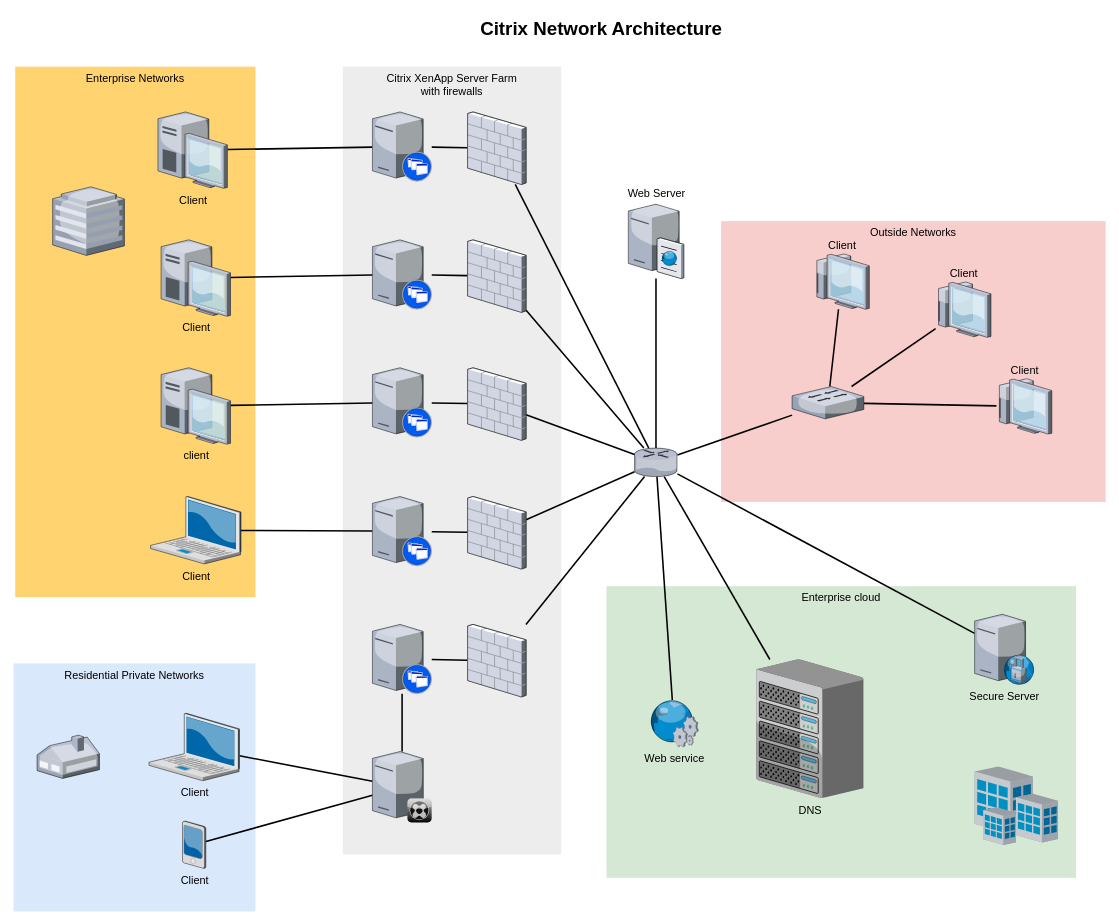
Earlier version of the draw.io diagram Untitled Diagram.drawio (cryptnetworks/Wiki). Source tidied: cells renumbered, new cells numbered last; positions are measured from the earlier drawing's top-left corner, leaving out a move shared by most shapes. Both pictures are drawn from the tidied source at 78%, with x=0, y=0 at pixel (13, 13).
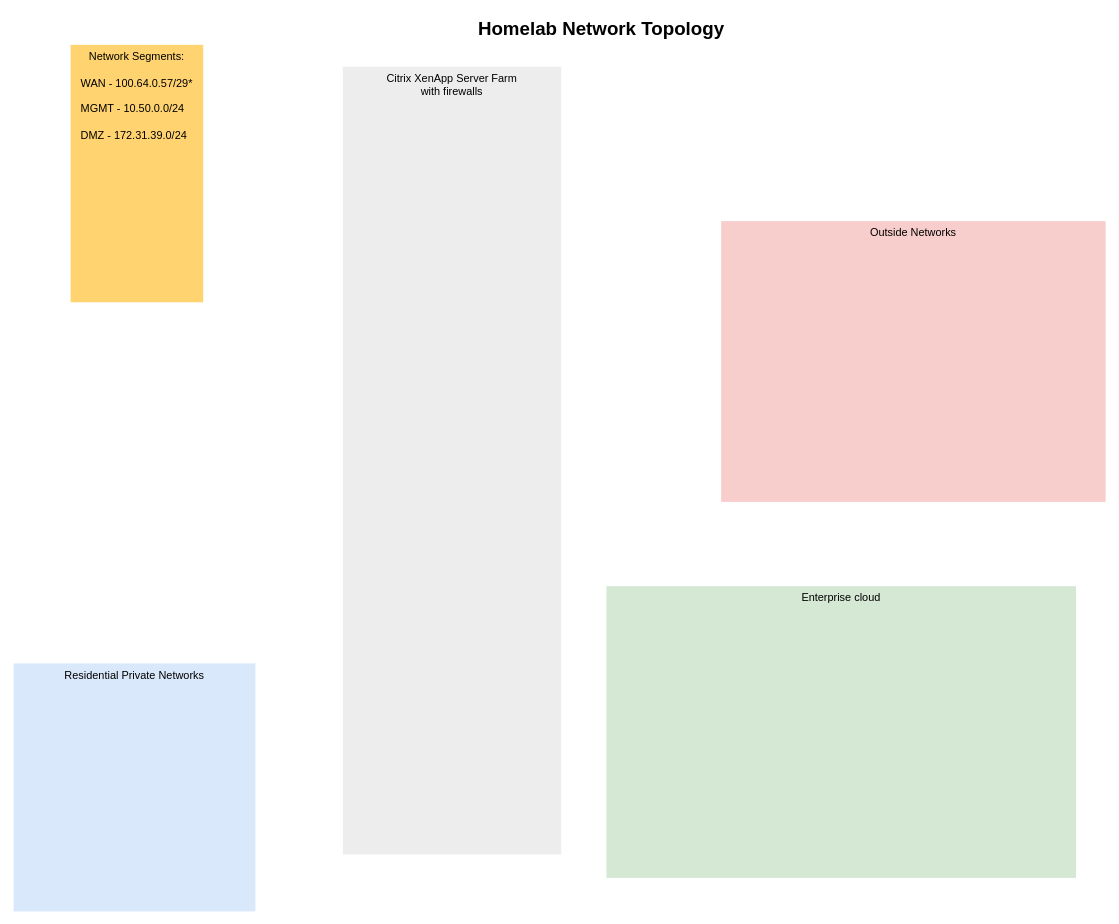
The same page after the edit.

Commit message:
Network Diag segments update

Change to the diagram source:
```diff
@@
-    <mxCell id="6" value="Enterprise Networks" style="whiteSpace=wrap;html=1;fillColor=#FFD470;gradientColor=none;fontSize=14;strokeColor=none;verticalAlign=top;" parent="1" vertex="1">
-      <mxGeometry x="2" y="68" width="308" height="680" as="geometry" />
+    <mxCell id="6" value="Network Segments:&lt;div&gt;&lt;br&gt;&lt;/div&gt;&lt;div style=&quot;text-align: left;&quot;&gt;WAN - 100.64.0.57/29*&lt;/div&gt;&lt;div style=&quot;text-align: left;&quot;&gt;&lt;br&gt;&lt;/div&gt;&lt;div style=&quot;text-align: left;&quot;&gt;MGMT - 10.50.0.0/24&lt;/div&gt;&lt;div style=&quot;text-align: left;&quot;&gt;&lt;br&gt;&lt;/div&gt;&lt;div style=&quot;text-align: left;&quot;&gt;DMZ - 172.31.39.0/24&lt;/div&gt;&lt;div style=&quot;text-align: left;&quot;&gt;&lt;br&gt;&lt;/div&gt;&lt;div style=&quot;text-align: left;&quot;&gt;&lt;br&gt;&lt;/div&gt;" style="whiteSpace=wrap;html=1;fillColor=#FFD470;gradientColor=none;fontSize=14;strokeColor=none;verticalAlign=top;" parent="1" vertex="1">
+      <mxGeometry x="73" y="40" width="170" height="330" as="geometry" />
     </mxCell>
-    <mxCell id="7" style="edgeStyle=none;rounded=0;html=1;startSize=10;endSize=10;jettySize=auto;fontSize=14;endArrow=none;endFill=0;strokeWidth=2;" parent="1" edge="1" source="8" target="35">
-      <mxGeometry relative="1" as="geometry" />
-    </mxCell>
-    <mxCell id="8" value="Client" style="verticalLabelPosition=bottom;html=1;verticalAlign=top;strokeColor=none;shape=mxgraph.citrix.laptop_2;fillColor=#66B2FF;gradientColor=#0066CC;fontSize=14;" parent="1" vertex="1">
-      <mxGeometry x="173.5" y="897" width="116" height="86.5" as="geometry" />
-    </mxCell>
-    <mxCell id="9" style="edgeStyle=none;rounded=0;html=1;startSize=10;endSize=10;jettySize=auto;fontSize=14;endArrow=none;endFill=0;strokeWidth=2;" parent="1" edge="1" source="10" target="22">
-      <mxGeometry relative="1" as="geometry" />
-    </mxCell>
-    <mxCell id="10" value="Client" style="verticalLabelPosition=bottom;html=1;verticalAlign=top;strokeColor=none;shape=mxgraph.citrix.laptop_2;fillColor=#66B2FF;gradientColor=#0066CC;fontSize=14;" parent="1" vertex="1">
-      <mxGeometry x="175.5" y="619" width="116" height="86.5" as="geometry" />
-    </mxCell>
-    <mxCell id="11" style="edgeStyle=none;rounded=0;html=1;startSize=10;endSize=10;jettySize=auto;fontSize=14;endArrow=none;endFill=0;strokeWidth=2;" parent="1" edge="1" source="12" target="24">
-      <mxGeometry relative="1" as="geometry" />
-    </mxCell>
-    <mxCell id="12" value="client" style="verticalLabelPosition=bottom;html=1;verticalAlign=top;strokeColor=none;shape=mxgraph.citrix.desktop;fillColor=#66B2FF;gradientColor=#0066CC;fontSize=14;" parent="1" vertex="1">
-      <mxGeometry x="189" y="454" width="89" height="98" as="geometry" />
-    </mxCell>
-    <mxCell id="13" style="edgeStyle=none;rounded=0;html=1;startSize=10;endSize=10;jettySize=auto;fontSize=14;endArrow=none;endFill=0;strokeWidth=2;" parent="1" edge="1" source="14" target="26">
-      <mxGeometry relative="1" as="geometry" />
-    </mxCell>
-    <mxCell id="14" value="Client" style="verticalLabelPosition=bottom;html=1;verticalAlign=top;strokeColor=none;shape=mxgraph.citrix.desktop;fillColor=#66B2FF;gradientColor=#0066CC;fontSize=14;" parent="1" vertex="1">
-      <mxGeometry x="189" y="290" width="89" height="98" as="geometry" />
-    </mxCell>
-    <mxCell id="15" style="edgeStyle=none;rounded=0;html=1;startSize=10;endSize=10;jettySize=auto;fontSize=14;endArrow=none;endFill=0;strokeWidth=2;" parent="1" edge="1" source="16" target="28">
-      <mxGeometry relative="1" as="geometry" />
-    </mxCell>
-    <mxCell id="16" value="Client" style="verticalLabelPosition=bottom;html=1;verticalAlign=top;strokeColor=none;shape=mxgraph.citrix.desktop;fillColor=#66B2FF;gradientColor=#0066CC;fontSize=14;" parent="1" vertex="1">
-      <mxGeometry x="185" y="126" width="89" height="98" as="geometry" />
-    </mxCell>
-    <mxCell id="17" style="edgeStyle=none;rounded=0;html=1;startSize=10;endSize=10;jettySize=auto;fontSize=14;endArrow=none;endFill=0;strokeWidth=2;" parent="1" edge="1" source="18" target="35">
-      <mxGeometry relative="1" as="geometry" />
-    </mxCell>
-    <mxCell id="18" value="Client" style="verticalLabelPosition=bottom;html=1;verticalAlign=top;strokeColor=none;shape=mxgraph.citrix.pda;fillColor=#66B2FF;gradientColor=#0066CC;fontSize=14;" parent="1" vertex="1">
-      <mxGeometry x="216.5" y="1035" width="30" height="61" as="geometry" />
-    </mxCell>
-    <mxCell id="19" style="edgeStyle=none;rounded=0;html=1;startSize=10;endSize=10;jettySize=auto;fontSize=14;endArrow=none;endFill=0;strokeWidth=2;" parent="1" edge="1" source="20" target="47">
-      <mxGeometry relative="1" as="geometry" />
-    </mxCell>
-    <mxCell id="20" style="verticalLabelPosition=bottom;html=1;verticalAlign=top;strokeColor=none;shape=mxgraph.citrix.xenapp_server;fillColor=#66B2FF;gradientColor=#0066CC;fontSize=14;" parent="1" vertex="1">
-      <mxGeometry x="460" y="783" width="76" height="89" as="geometry" />
-    </mxCell>
-    <mxCell id="21" style="edgeStyle=none;rounded=0;html=1;startSize=10;endSize=10;jettySize=auto;fontSize=14;endArrow=none;endFill=0;strokeWidth=2;" parent="1" edge="1" source="22" target="45">
-      <mxGeometry relative="1" as="geometry" />
-    </mxCell>
-    <mxCell id="22" style="verticalLabelPosition=bottom;html=1;verticalAlign=top;strokeColor=none;shape=mxgraph.citrix.xenapp_server;fillColor=#66B2FF;gradientColor=#0066CC;fontSize=14;" parent="1" vertex="1">
-      <mxGeometry x="460" y="619" width="76" height="89" as="geometry" />
-    </mxCell>
-    <mxCell id="23" style="edgeStyle=none;rounded=0;html=1;startSize=10;endSize=10;jettySize=auto;fontSize=14;endArrow=none;endFill=0;strokeWidth=2;" parent="1" edge="1" source="24" target="43">
-      <mxGeometry relative="1" as="geometry" />
-    </mxCell>
-    <mxCell id="24" style="verticalLabelPosition=bottom;html=1;verticalAlign=top;strokeColor=none;shape=mxgraph.citrix.xenapp_server;fillColor=#66B2FF;gradientColor=#0066CC;fontSize=14;" parent="1" vertex="1">
-      <mxGeometry x="460" y="454" width="76" height="89" as="geometry" />
-    </mxCell>
-    <mxCell id="25" style="edgeStyle=none;rounded=0;html=1;startSize=10;endSize=10;jettySize=auto;fontSize=14;endArrow=none;endFill=0;strokeWidth=2;" parent="1" edge="1" source="26" target="41">
-      <mxGeometry relative="1" as="geometry" />
-    </mxCell>
-    <mxCell id="26" style="verticalLabelPosition=bottom;html=1;verticalAlign=top;strokeColor=none;shape=mxgraph.citrix.xenapp_server;fillColor=#66B2FF;gradientColor=#0066CC;fontSize=14;" parent="1" vertex="1">
-      <mxGeometry x="460" y="290" width="76" height="89" as="geometry" />
-    </mxCell>
-    <mxCell id="27" style="edgeStyle=none;rounded=0;html=1;startSize=10;endSize=10;jettySize=auto;fontSize=14;endArrow=none;endFill=0;strokeWidth=2;" parent="1" edge="1" source="28" target="39">
-      <mxGeometry relative="1" as="geometry" />
-    </mxCell>
-    <mxCell id="28" style="verticalLabelPosition=bottom;html=1;verticalAlign=top;strokeColor=none;shape=mxgraph.citrix.xenapp_server;fillColor=#66B2FF;gradientColor=#0066CC;fontSize=14;" parent="1" vertex="1">
-      <mxGeometry x="460" y="126" width="76" height="89" as="geometry" />
-    </mxCell>
-    <mxCell id="29" style="edgeStyle=none;rounded=0;html=1;startSize=10;endSize=10;jettySize=auto;fontSize=14;endArrow=none;endFill=0;strokeWidth=2;" parent="1" edge="1" source="33" target="37">
-      <mxGeometry relative="1" as="geometry" />
-    </mxCell>
-    <mxCell id="30" style="edgeStyle=none;rounded=0;html=1;startSize=10;endSize=10;jettySize=auto;fontSize=14;endArrow=none;endFill=0;strokeWidth=2;" parent="1" edge="1" source="33" target="36">
-      <mxGeometry relative="1" as="geometry" />
-    </mxCell>
-    <mxCell id="31" style="edgeStyle=none;rounded=0;html=1;startSize=10;endSize=10;jettySize=auto;fontSize=14;endArrow=none;endFill=0;strokeWidth=2;" parent="1" edge="1" source="33" target="54">
-      <mxGeometry relative="1" as="geometry" />
-    </mxCell>
-    <mxCell id="32" style="edgeStyle=none;rounded=0;html=1;startSize=10;endSize=10;jettySize=auto;fontSize=14;endArrow=none;endFill=0;strokeWidth=2;" parent="1" edge="1" source="33" target="50">
-      <mxGeometry relative="1" as="geometry" />
-    </mxCell>
-    <mxCell id="33" style="verticalLabelPosition=bottom;html=1;verticalAlign=top;strokeColor=none;shape=mxgraph.citrix.router;fillColor=#66B2FF;gradientColor=#0066CC;fontSize=14;" parent="1" vertex="1">
-      <mxGeometry x="796" y="557" width="55" height="36.5" as="geometry" />
-    </mxCell>
-    <mxCell id="34" style="edgeStyle=none;rounded=0;html=1;startSize=10;endSize=10;jettySize=auto;fontSize=14;endArrow=none;endFill=0;strokeWidth=2;" parent="1" edge="1" source="35" target="20">
-      <mxGeometry relative="1" as="geometry" />
-    </mxCell>
-    <mxCell id="35" style="verticalLabelPosition=bottom;html=1;verticalAlign=top;strokeColor=none;shape=mxgraph.citrix.xenclient_synchronizer;fillColor=#CCCCCC;gradientColor=#000000;gradientDirection=south;fontSize=14;" parent="1" vertex="1">
-      <mxGeometry x="460" y="946" width="76" height="91" as="geometry" />
-    </mxCell>
-    <mxCell id="36" value="Web Server" style="verticalLabelPosition=top;html=1;verticalAlign=bottom;strokeColor=none;shape=mxgraph.citrix.cache_server;fillColor=#66B2FF;gradientColor=#0066CC;fontSize=14;labelPosition=center;align=center;" parent="1" vertex="1">
-      <mxGeometry x="788" y="242" width="71" height="97.5" as="geometry" />
-    </mxCell>
-    <mxCell id="37" value="DNS" style="verticalLabelPosition=bottom;html=1;verticalAlign=top;strokeColor=none;shape=mxgraph.citrix.chassis;fillColor=#66B2FF;gradientColor=#0066CC;fontSize=14;" parent="1" vertex="1">
-      <mxGeometry x="952" y="828" width="137.5" height="177.5" as="geometry" />
-    </mxCell>
-    <mxCell id="38" style="edgeStyle=none;rounded=0;html=1;startSize=10;endSize=10;jettySize=auto;fontSize=14;endArrow=none;endFill=0;strokeWidth=2;" parent="1" edge="1" source="39" target="33">
-      <mxGeometry relative="1" as="geometry" />
-    </mxCell>
-    <mxCell id="39" style="verticalLabelPosition=bottom;html=1;verticalAlign=top;strokeColor=none;shape=mxgraph.citrix.firewall;fillColor=#66B2FF;gradientColor=#0066CC;fontSize=14;" parent="1" vertex="1">
-      <mxGeometry x="582" y="126" width="75" height="93" as="geometry" />
-    </mxCell>
-    <mxCell id="40" style="edgeStyle=none;rounded=0;html=1;startSize=10;endSize=10;jettySize=auto;fontSize=14;endArrow=none;endFill=0;strokeWidth=2;" parent="1" edge="1" source="41" target="33">
-      <mxGeometry relative="1" as="geometry" />
-    </mxCell>
-    <mxCell id="41" style="verticalLabelPosition=bottom;html=1;verticalAlign=top;strokeColor=none;shape=mxgraph.citrix.firewall;fillColor=#66B2FF;gradientColor=#0066CC;fontSize=14;" parent="1" vertex="1">
-      <mxGeometry x="582" y="290" width="75" height="93" as="geometry" />
-    </mxCell>
-    <mxCell id="42" style="edgeStyle=none;rounded=0;html=1;startSize=10;endSize=10;jettySize=auto;fontSize=14;endArrow=none;endFill=0;strokeWidth=2;" parent="1" edge="1" source="43" target="33">
-      <mxGeometry relative="1" as="geometry" />
-    </mxCell>
-    <mxCell id="43" style="verticalLabelPosition=bottom;html=1;verticalAlign=top;strokeColor=none;shape=mxgraph.citrix.firewall;fillColor=#66B2FF;gradientColor=#0066CC;fontSize=14;" parent="1" vertex="1">
-      <mxGeometry x="582" y="454" width="75" height="93" as="geometry" />
-    </mxCell>
-    <mxCell id="44" style="edgeStyle=none;rounded=0;html=1;startSize=10;endSize=10;jettySize=auto;fontSize=14;endArrow=none;endFill=0;strokeWidth=2;" parent="1" edge="1" source="45" target="33">
-      <mxGeometry relative="1" as="geometry" />
-    </mxCell>
-    <mxCell id="45" style="verticalLabelPosition=bottom;html=1;verticalAlign=top;strokeColor=none;shape=mxgraph.citrix.firewall;fillColor=#66B2FF;gradientColor=#0066CC;fontSize=14;" parent="1" vertex="1">
-      <mxGeometry x="582" y="619" width="75" height="93" as="geometry" />
-    </mxCell>
-    <mxCell id="46" style="edgeStyle=none;rounded=0;html=1;startSize=10;endSize=10;jettySize=auto;fontSize=14;endArrow=none;endFill=0;strokeWidth=2;" parent="1" edge="1" source="47" target="33">
-      <mxGeometry relative="1" as="geometry" />
-    </mxCell>
-    <mxCell id="47" style="verticalLabelPosition=bottom;html=1;verticalAlign=top;strokeColor=none;shape=mxgraph.citrix.firewall;fillColor=#66B2FF;gradientColor=#0066CC;fontSize=14;" parent="1" vertex="1">
-      <mxGeometry x="582" y="783" width="75" height="93" as="geometry" />
-    </mxCell>
-    <mxCell id="48" style="verticalLabelPosition=bottom;html=1;verticalAlign=top;strokeColor=none;shape=mxgraph.citrix.home_office;fillColor=#66B2FF;gradientColor=#0066CC;fontSize=14;" parent="1" vertex="1">
-      <mxGeometry x="30" y="925" width="80" height="55.5" as="geometry" />
-    </mxCell>
-    <mxCell id="49" style="verticalLabelPosition=bottom;html=1;verticalAlign=top;strokeColor=none;shape=mxgraph.citrix.hq_enterprise;fillColor=#66B2FF;gradientColor=#0066CC;fontSize=14;" parent="1" vertex="1">
-      <mxGeometry x="50" y="222" width="92" height="88" as="geometry" />
-    </mxCell>
-    <mxCell id="50" value="Secure Server" style="verticalLabelPosition=bottom;html=1;verticalAlign=top;strokeColor=none;shape=mxgraph.citrix.proxy_server;fillColor=#66B2FF;gradientColor=#0066CC;fontSize=14;" parent="1" vertex="1">
-      <mxGeometry x="1232" y="770" width="76.5" height="90" as="geometry" />
-    </mxCell>
-    <mxCell id="51" style="edgeStyle=none;rounded=0;html=1;startSize=10;endSize=10;jettySize=auto;fontSize=14;endArrow=none;endFill=0;strokeWidth=2;" parent="1" edge="1" source="54" target="57">
-      <mxGeometry relative="1" as="geometry" />
-    </mxCell>
-    <mxCell id="52" style="edgeStyle=none;rounded=0;html=1;startSize=10;endSize=10;jettySize=auto;fontSize=14;endArrow=none;endFill=0;strokeWidth=2;" parent="1" edge="1" source="54" target="56">
-      <mxGeometry relative="1" as="geometry" />
-    </mxCell>
-    <mxCell id="53" style="edgeStyle=none;rounded=0;html=1;startSize=10;endSize=10;jettySize=auto;fontSize=14;endArrow=none;endFill=0;strokeWidth=2;" parent="1" edge="1" source="54" target="55">
-      <mxGeometry relative="1" as="geometry" />
-    </mxCell>
-    <mxCell id="54" style="verticalLabelPosition=bottom;html=1;verticalAlign=top;strokeColor=none;shape=mxgraph.citrix.switch;fillColor=#66B2FF;gradientColor=#0066CC;fontSize=14;" parent="1" vertex="1">
-      <mxGeometry x="998" y="478" width="92" height="41.5" as="geometry" />
-    </mxCell>
-    <mxCell id="55" value="Client" style="verticalLabelPosition=top;html=1;verticalAlign=bottom;strokeColor=none;shape=mxgraph.citrix.thin_client;fillColor=#66B2FF;gradientColor=#0066CC;fontSize=14;labelPosition=center;align=center;" parent="1" vertex="1">
-      <mxGeometry x="1260" y="468" width="71" height="71" as="geometry" />
-    </mxCell>
-    <mxCell id="56" value="Client" style="verticalLabelPosition=top;html=1;verticalAlign=bottom;strokeColor=none;shape=mxgraph.citrix.thin_client;fillColor=#66B2FF;gradientColor=#0066CC;fontSize=14;labelPosition=center;align=center;" parent="1" vertex="1">
-      <mxGeometry x="1182" y="344" width="71" height="71" as="geometry" />
-    </mxCell>
-    <mxCell id="57" value="Client" style="verticalLabelPosition=top;html=1;verticalAlign=bottom;strokeColor=none;shape=mxgraph.citrix.thin_client;fillColor=#66B2FF;gradientColor=#0066CC;fontSize=14;labelPosition=center;align=center;" parent="1" vertex="1">
-      <mxGeometry x="1026" y="308" width="71" height="71" as="geometry" />
-    </mxCell>
-    <mxCell id="58" style="edgeStyle=none;rounded=0;html=1;startSize=10;endSize=10;jettySize=auto;fontSize=14;endArrow=none;endFill=0;strokeWidth=2;" parent="1" edge="1" source="59" target="33">
-      <mxGeometry relative="1" as="geometry" />
-    </mxCell>
-    <mxCell id="59" value="Web service" style="verticalLabelPosition=bottom;html=1;verticalAlign=top;strokeColor=none;shape=mxgraph.citrix.web_service;fillColor=#66B2FF;gradientColor=#0066CC;fontSize=14;" parent="1" vertex="1">
-      <mxGeometry x="815" y="880" width="63" height="60" as="geometry" />
-    </mxCell>
-    <mxCell id="60" style="verticalLabelPosition=bottom;html=1;verticalAlign=top;strokeColor=none;shape=mxgraph.citrix.site;fillColor=#66B2FF;gradientColor=#0066CC;fontSize=14;" parent="1" vertex="1">
-      <mxGeometry x="1232" y="965" width="107" height="101" as="geometry" />
-    </mxCell>
-    <mxCell id="61" value="Citrix Network Architecture" style="text;strokeColor=none;fillColor=none;html=1;fontSize=24;fontStyle=1;verticalAlign=middle;align=center;" parent="1" vertex="1">
+    <mxCell id="61" value="Homelab Network Topology" style="text;strokeColor=none;fillColor=none;html=1;fontSize=24;fontStyle=1;verticalAlign=middle;align=center;" parent="1" vertex="1">
       <mxGeometry x="322" width="861" height="40" as="geometry" />
     </mxCell>
```
